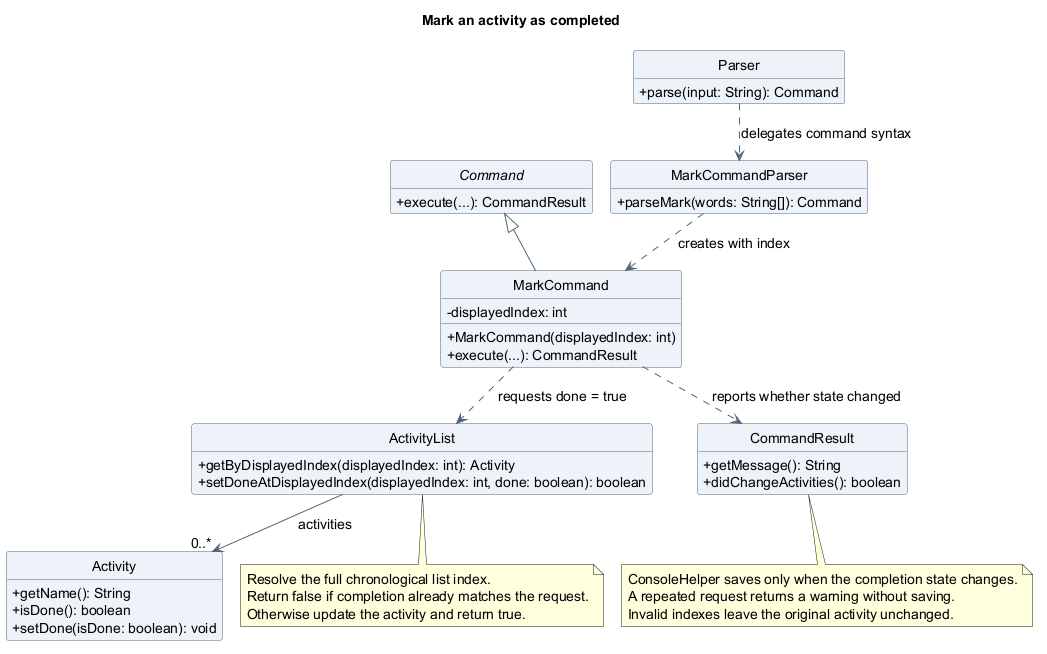
The PlantUML diagram docs/images/oliver/class/MarkActivityClassDiagram.png in AY2627S1-CS2113-T10-4/tp, before a commit.
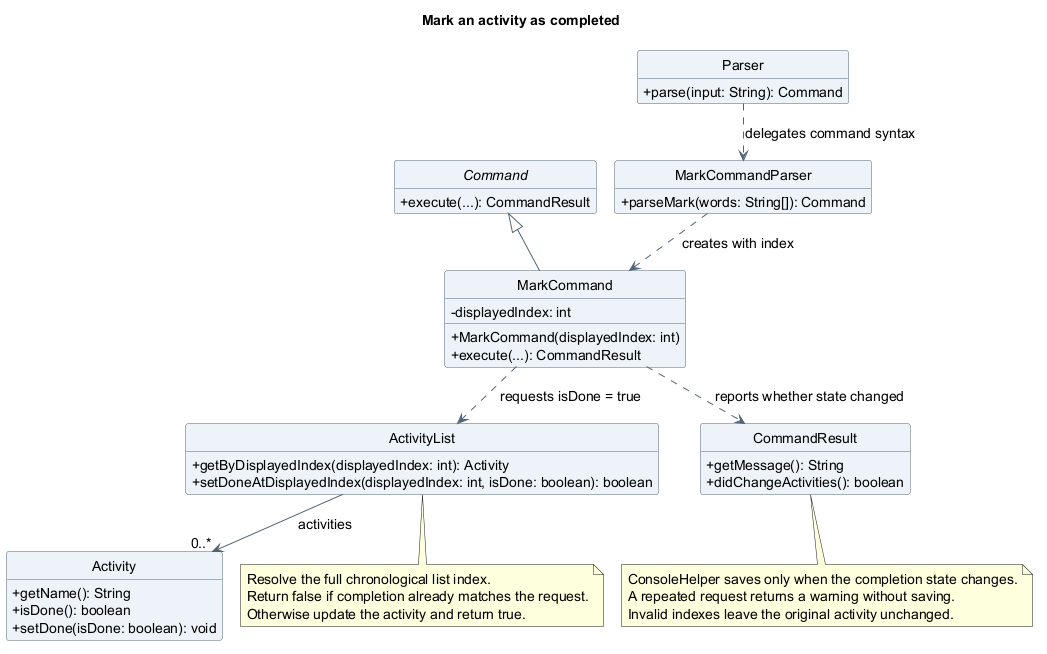
After the commit.

The edit, as a diff of the source:
```diff
@@ -28,7 +28,7 @@
 }
 class ActivityList {
   +getByDisplayedIndex(displayedIndex: int): Activity
-  +setDoneAtDisplayedIndex(displayedIndex: int, done: boolean): boolean
+  +setDoneAtDisplayedIndex(displayedIndex: int, isDone: boolean): boolean
 }
 class Activity {
   +getName(): String
@@ -42,7 +42,7 @@
 Command <|-- MarkCommand
 Parser ..> MarkCommandParser : delegates command syntax
 MarkCommandParser ..> MarkCommand : creates with index
-MarkCommand ..> ActivityList : requests done = true
+MarkCommand ..> ActivityList : requests isDone = true
 MarkCommand ..> CommandResult : reports whether state changed
 ActivityList --> "0..*" Activity : activities
 note bottom of ActivityList
```
